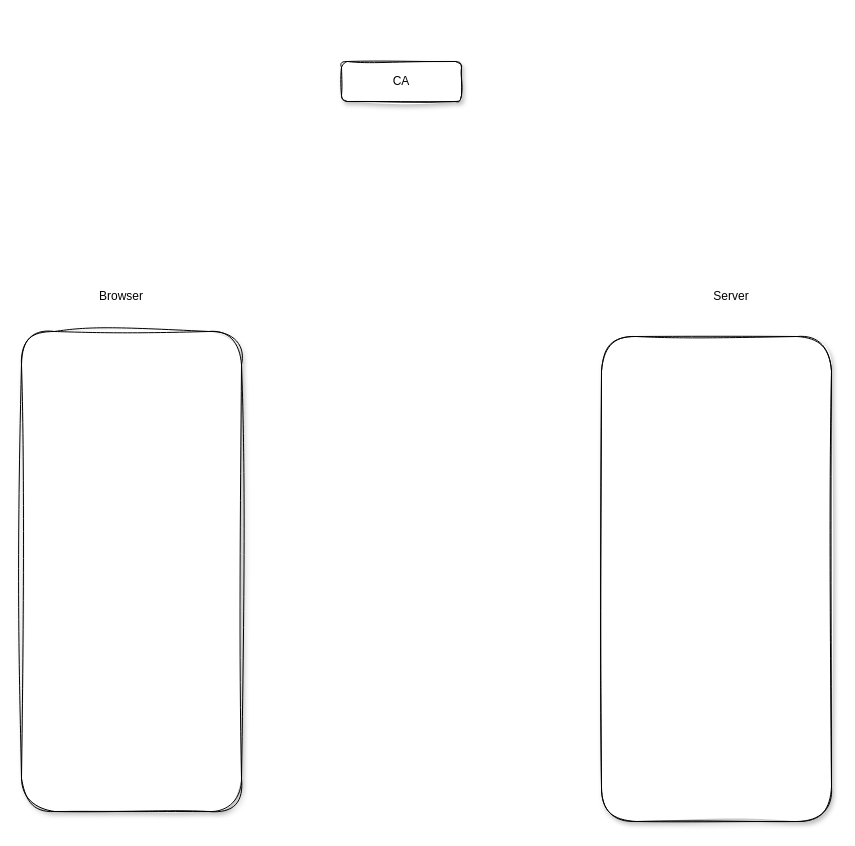
StoryKing123/draw-io keeps this draw.io diagram as SSL1.2.drawio. Above is the earlier version. Source tidied: cells renumbered, new cells numbered last; positions are measured from the earlier drawing's top-left corner, leaving out a move shared by most shapes. Both pictures are drawn from the tidied source at 100%, with x=0, y=0 at pixel (21, 61).
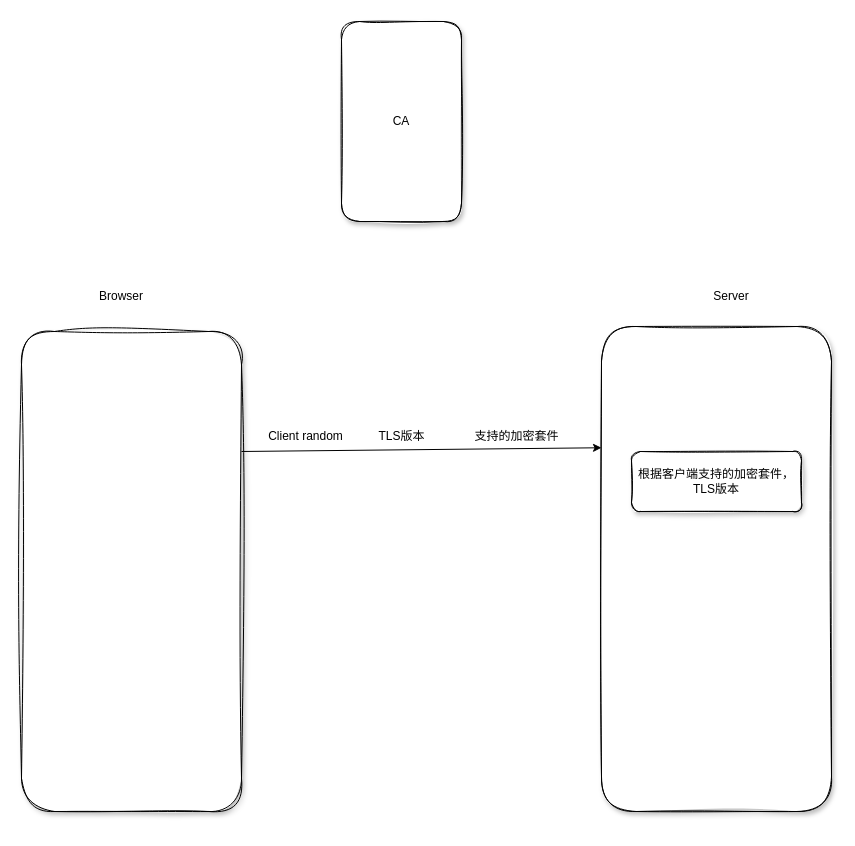
The same page after the edit.

Diff of the diagram source:
```diff
@@
 <mxGraphModel>
   <root>
     <mxCell id="0" />
     <mxCell id="1" parent="0" />
     <mxCell id="2" style="rounded=1;whiteSpace=wrap;html=1;sketch=1;curveFitting=1;jiggle=2;shadow=1;glass=0;" parent="1" vertex="1">
       <mxGeometry y="270" width="220" height="480" as="geometry" />
     </mxCell>
     <mxCell id="3" style="rounded=1;whiteSpace=wrap;html=1;shadow=1;glass=0;sketch=1;" parent="1" vertex="1">
-      <mxGeometry x="580" y="275" width="230" height="485" as="geometry" />
+      <mxGeometry x="580" y="265" width="230" height="485" as="geometry" />
     </mxCell>
     <mxCell id="4" value="Browser" style="text;html=1;strokeColor=none;fillColor=none;align=center;verticalAlign=middle;whiteSpace=wrap;rounded=0;" parent="1" vertex="1">
       <mxGeometry x="70" y="220" width="60" height="30" as="geometry" />
     </mxCell>
     <mxCell id="5" value="Server" style="text;html=1;strokeColor=none;fillColor=none;align=center;verticalAlign=middle;whiteSpace=wrap;rounded=0;" parent="1" vertex="1">
       <mxGeometry x="680" y="220" width="60" height="30" as="geometry" />
     </mxCell>
-    <mxCell id="6" value="CA" style="rounded=1;whiteSpace=wrap;html=1;shadow=1;glass=0;sketch=1;" parent="1" vertex="1">
-      <mxGeometry x="320" width="120" height="40" as="geometry" />
+    <mxCell id="6" value="&lt;div style=&quot;&quot;&gt;&lt;span style=&quot;background-color: initial;&quot;&gt;CA&lt;/span&gt;&lt;/div&gt;" style="rounded=1;whiteSpace=wrap;html=1;shadow=1;glass=0;sketch=1;align=center;" parent="1" vertex="1">
+      <mxGeometry x="320" y="-40" width="120" height="200" as="geometry" />
     </mxCell>
+    <mxCell id="7" style="endArrow=classic;html=1;rounded=0;exitX=1;exitY=0.25;exitDx=0;exitDy=0;entryX=0;entryY=0.25;entryDx=0;entryDy=0;" parent="1" edge="1" source="2" target="3">
+      <mxGeometry relative="1" as="geometry" />
+    </mxCell>
+    <mxCell id="8" value="Client random" style="text;html=1;align=center;verticalAlign=middle;strokeColor=none;fillColor=none;" parent="1" vertex="1">
+      <mxGeometry x="234" y="360" width="100" height="30" as="geometry" />
+    </mxCell>
+    <mxCell id="9" value="TLS版本" style="text;html=1;align=center;verticalAlign=middle;strokeColor=none;fillColor=none;rotation=0;" parent="1" vertex="1">
+      <mxGeometry x="345" y="360" width="70" height="30" as="geometry" />
+    </mxCell>
+    <mxCell id="10" value="支持的加密套件" style="text;html=1;align=center;verticalAlign=middle;strokeColor=none;fillColor=none;" parent="1" vertex="1">
+      <mxGeometry x="440" y="360" width="110" height="30" as="geometry" />
+    </mxCell>
+    <mxCell id="11" value="根据客户端支持的加密套件，TLS版本" style="rounded=1;whiteSpace=wrap;html=1;shadow=1;glass=0;sketch=1;" parent="1" vertex="1">
+      <mxGeometry x="610" y="390" width="170" height="60" as="geometry" />
+    </mxCell>
   </root>
 </mxGraphModel>
```
